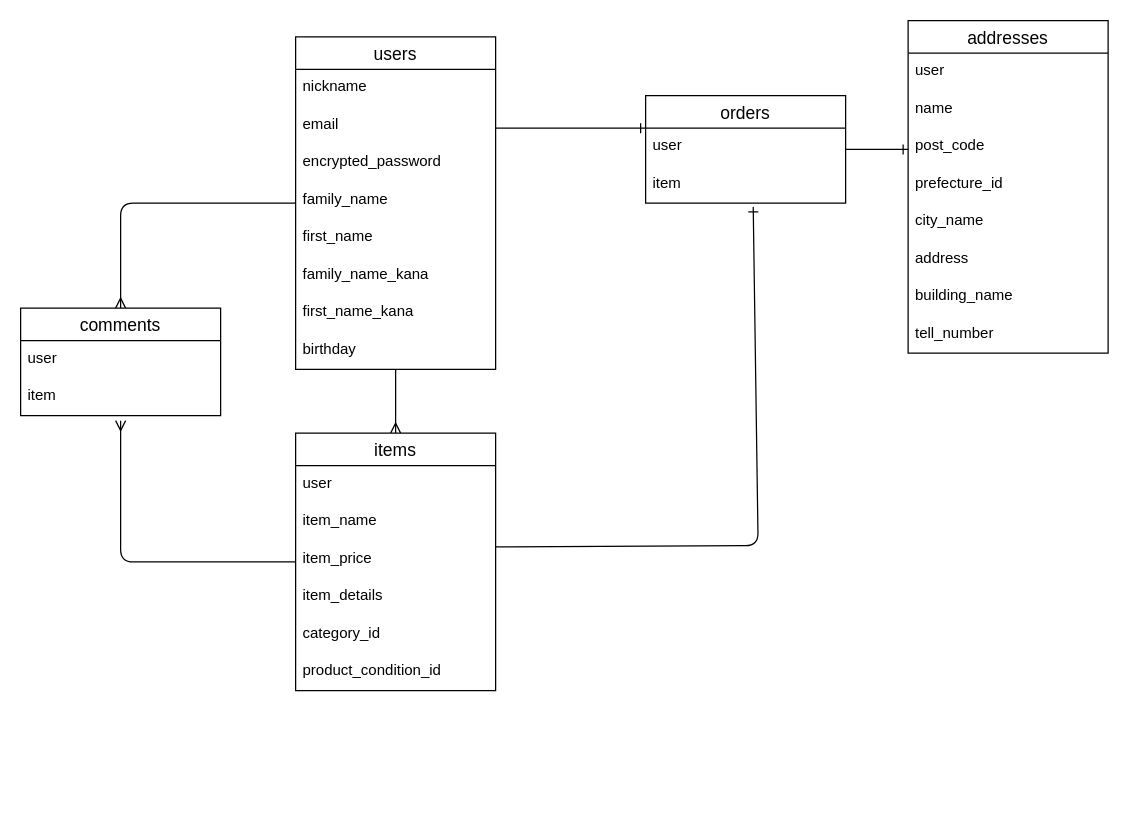
metamaru/furima-40260 keeps this draw.io diagram as furima.dio. Above is the earlier version. Source tidied: cells renumbered, new cells numbered last; positions are measured from the earlier drawing's top-left corner, leaving out a move shared by most shapes. Both pictures are drawn from the tidied source at 125%, with x=0, y=0 at pixel (20, 20).
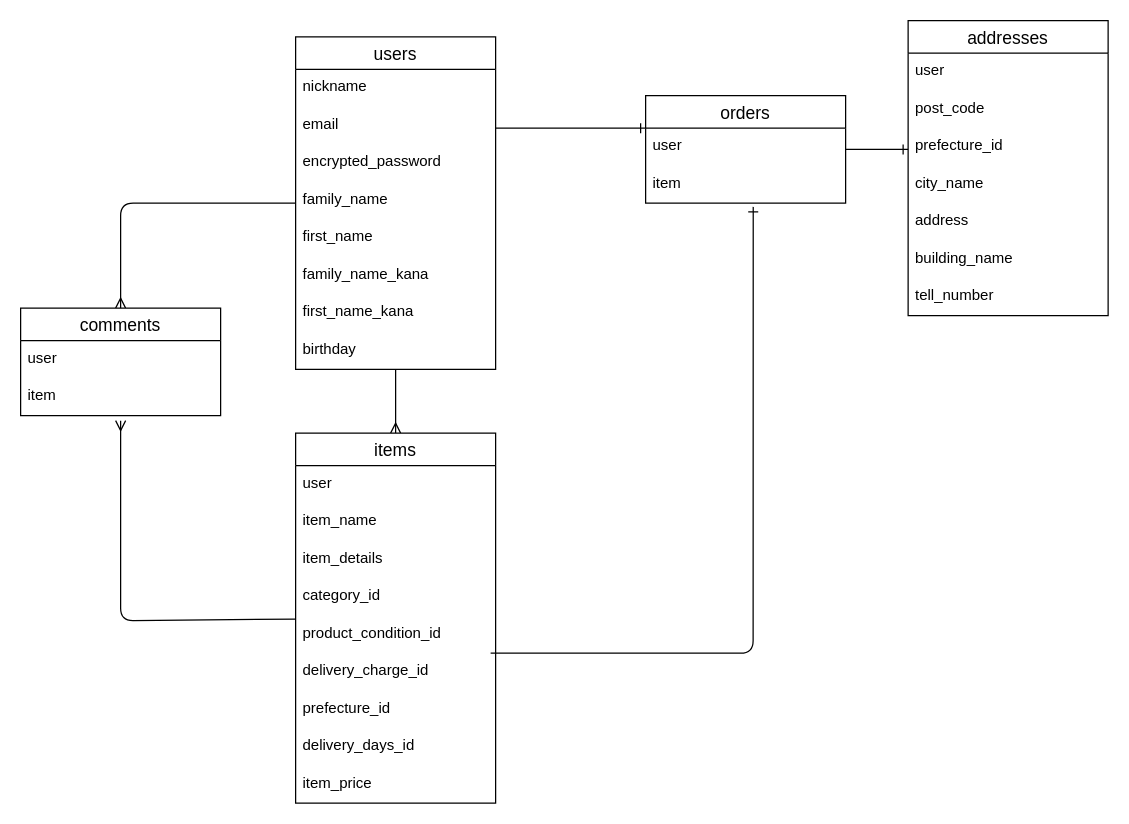
The same diagram, later.

Commit message (it also covers changes not shown here):
テーブル設計2度目の修正

The change refers to these unchanged cells:
```xml
<mxCell id="17" value="item_name" style="text;strokeColor=none;fillColor=none;spacingLeft=4;spacingRight=4;overflow=hidden;points=[[0,0.5],[1,0.5]];portConstraint=eastwest;fontSize=12;" parent="15" vertex="1">
  <mxGeometry y="56" width="160" height="30" as="geometry" />
</mxCell>
<mxCell id="25" value="item" style="text;strokeColor=none;fillColor=none;spacingLeft=4;spacingRight=4;overflow=hidden;points=[[0,0.5],[1,0.5]];portConstraint=eastwest;fontSize=12;" parent="23" vertex="1">
  <mxGeometry y="56" width="160" height="30" as="geometry" />
</mxCell>
```

Change to the diagram source:
```diff
@@
     <mxCell id="14" style="edgeStyle=none;html=1;endArrow=ERmany;endFill=0;" parent="1" edge="1" source="15">
       <mxGeometry relative="1" as="geometry">
         <mxPoint x="80" y="320" as="targetPoint" />
         <Array as="points">
-          <mxPoint x="80" y="433" />
+          <mxPoint x="80" y="480" />
         </Array>
       </mxGeometry>
     </mxCell>
     <mxCell id="15" value="items" style="swimlane;fontStyle=0;horizontal=1;startSize=26;align=center;fontSize=14;" parent="1" vertex="1">
-      <mxGeometry x="220" y="330" width="160" height="206" as="geometry" />
+      <mxGeometry x="220" y="330" width="160" height="296" as="geometry" />
     </mxCell>
@@
-    <mxCell id="18" value="item_price" style="text;strokeColor=none;fillColor=none;spacingLeft=4;spacingRight=4;overflow=hidden;fontSize=12;" parent="15" vertex="1">
-      <mxGeometry y="86" width="160" height="30" as="geometry" />
-    </mxCell>
     <mxCell id="19" value="item_details" style="text;strokeColor=none;fillColor=none;spacingLeft=4;spacingRight=4;overflow=hidden;fontSize=12;" parent="15" vertex="1">
-      <mxGeometry y="116" width="160" height="30" as="geometry" />
+      <mxGeometry y="86" width="160" height="30" as="geometry" />
     </mxCell>
     <mxCell id="20" value="category_id" style="text;strokeColor=none;fillColor=none;spacingLeft=4;spacingRight=4;overflow=hidden;fontSize=12;" parent="15" vertex="1">
-      <mxGeometry y="146" width="160" height="30" as="geometry" />
+      <mxGeometry y="116" width="160" height="30" as="geometry" />
     </mxCell>
     <mxCell id="21" value="product_condition_id" style="text;strokeColor=none;fillColor=none;spacingLeft=4;spacingRight=4;overflow=hidden;fontSize=12;" parent="15" vertex="1">
-      <mxGeometry y="176" width="160" height="30" as="geometry" />
+      <mxGeometry y="146" width="160" height="30" as="geometry" />
     </mxCell>
+    <mxCell id="39" value="delivery_charge_id" style="text;strokeColor=none;fillColor=none;spacingLeft=4;spacingRight=4;overflow=hidden;points=[[0,0.5],[1,0.5]];portConstraint=eastwest;fontSize=12;" parent="15" vertex="1">
+      <mxGeometry y="176" width="160" height="30" as="geometry" />
+    </mxCell>
+    <mxCell id="40" value="prefecture_id&#10;" style="text;strokeColor=none;fillColor=none;spacingLeft=4;spacingRight=4;overflow=hidden;fontSize=12;" parent="15" vertex="1">
+      <mxGeometry y="206" width="160" height="30" as="geometry" />
+    </mxCell>
+    <mxCell id="41" value="delivery_days_id" style="text;strokeColor=none;fillColor=none;spacingLeft=4;spacingRight=4;overflow=hidden;fontSize=12;" parent="15" vertex="1">
+      <mxGeometry y="236" width="160" height="30" as="geometry" />
+    </mxCell>
+    <mxCell id="18" value="item_price" style="text;strokeColor=none;fillColor=none;spacingLeft=4;spacingRight=4;overflow=hidden;fontSize=12;" parent="15" vertex="1">
+      <mxGeometry y="266" width="160" height="30" as="geometry" />
+    </mxCell>
@@
     <mxCell id="26" value="addresses" style="swimlane;fontStyle=0;horizontal=1;startSize=26;align=center;fontSize=14;" parent="1" vertex="1">
-      <mxGeometry x="710" width="160" height="266" as="geometry" />
+      <mxGeometry x="710" width="160" height="236" as="geometry" />
     </mxCell>
@@
-    <mxCell id="28" value="name" style="text;strokeColor=none;fillColor=none;spacingLeft=4;spacingRight=4;overflow=hidden;fontSize=12;" parent="26" vertex="1">
-      <mxGeometry y="56" width="160" height="30" as="geometry" />
-    </mxCell>
     <mxCell id="29" value="post_code" style="text;strokeColor=none;fillColor=none;spacingLeft=4;spacingRight=4;overflow=hidden;fontSize=12;" parent="26" vertex="1">
-      <mxGeometry y="86" width="160" height="30" as="geometry" />
+      <mxGeometry y="56" width="160" height="30" as="geometry" />
     </mxCell>
     <mxCell id="30" value="prefecture_id" style="text;strokeColor=none;fillColor=none;spacingLeft=4;spacingRight=4;overflow=hidden;fontSize=12;" parent="26" vertex="1">
-      <mxGeometry y="116" width="160" height="30" as="geometry" />
+      <mxGeometry y="86" width="160" height="30" as="geometry" />
     </mxCell>
     <mxCell id="31" value="city_name" style="text;strokeColor=none;fillColor=none;spacingLeft=4;spacingRight=4;overflow=hidden;fontSize=12;" parent="26" vertex="1">
-      <mxGeometry y="146" width="160" height="30" as="geometry" />
+      <mxGeometry y="116" width="160" height="30" as="geometry" />
     </mxCell>
     <mxCell id="32" value="address" style="text;strokeColor=none;fillColor=none;spacingLeft=4;spacingRight=4;overflow=hidden;fontSize=12;" parent="26" vertex="1">
-      <mxGeometry y="176" width="160" height="30" as="geometry" />
+      <mxGeometry y="146" width="160" height="30" as="geometry" />
     </mxCell>
     <mxCell id="33" value="building_name" style="text;strokeColor=none;fillColor=none;spacingLeft=4;spacingRight=4;overflow=hidden;fontSize=12;" parent="26" vertex="1">
-      <mxGeometry y="206" width="160" height="30" as="geometry" />
+      <mxGeometry y="176" width="160" height="30" as="geometry" />
     </mxCell>
     <mxCell id="34" value="tell_number" style="text;strokeColor=none;fillColor=none;spacingLeft=4;spacingRight=4;overflow=hidden;fontSize=12;" parent="26" vertex="1">
-      <mxGeometry y="236" width="160" height="30" as="geometry" />
+      <mxGeometry y="206" width="160" height="30" as="geometry" />
     </mxCell>
-    <mxCell id="35" style="edgeStyle=none;html=1;entryX=0.538;entryY=1.1;entryDx=0;entryDy=0;entryPerimeter=0;endArrow=ERone;endFill=0;exitX=1;exitY=1.167;exitDx=0;exitDy=0;exitPerimeter=0;" parent="1" edge="1" source="17" target="25">
+    <mxCell id="35" style="edgeStyle=none;html=1;entryX=0.538;entryY=1.1;entryDx=0;entryDy=0;entryPerimeter=0;endArrow=ERone;endFill=0;exitX=0.975;exitY=0;exitDx=0;exitDy=0;exitPerimeter=0;" parent="1" edge="1" source="39" target="25">
       <mxGeometry relative="1" as="geometry">
         <Array as="points">
-          <mxPoint x="590" y="420" />
+          <mxPoint x="586" y="506" />
         </Array>
       </mxGeometry>
     </mxCell>
```
